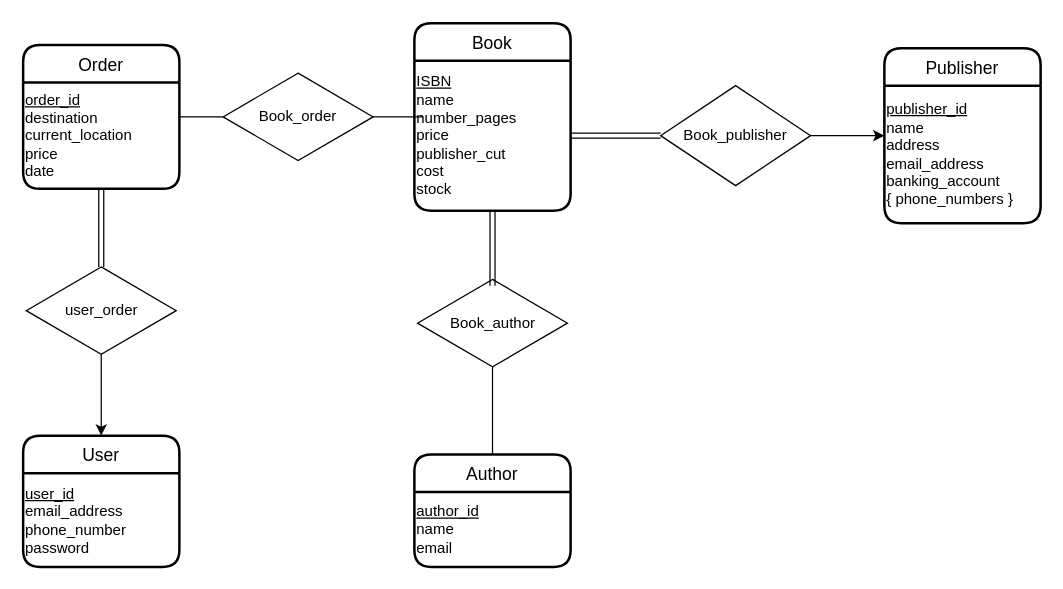
Earlier version of the draw.io diagram ERD.drawio (ianyau28/3005Lib). Source tidied: cells renumbered, new cells numbered last; positions are measured from the earlier drawing's top-left corner, leaving out a move shared by most shapes. Both pictures are drawn from the tidied source at 125%, with x=0, y=0 at pixel (22, 22).
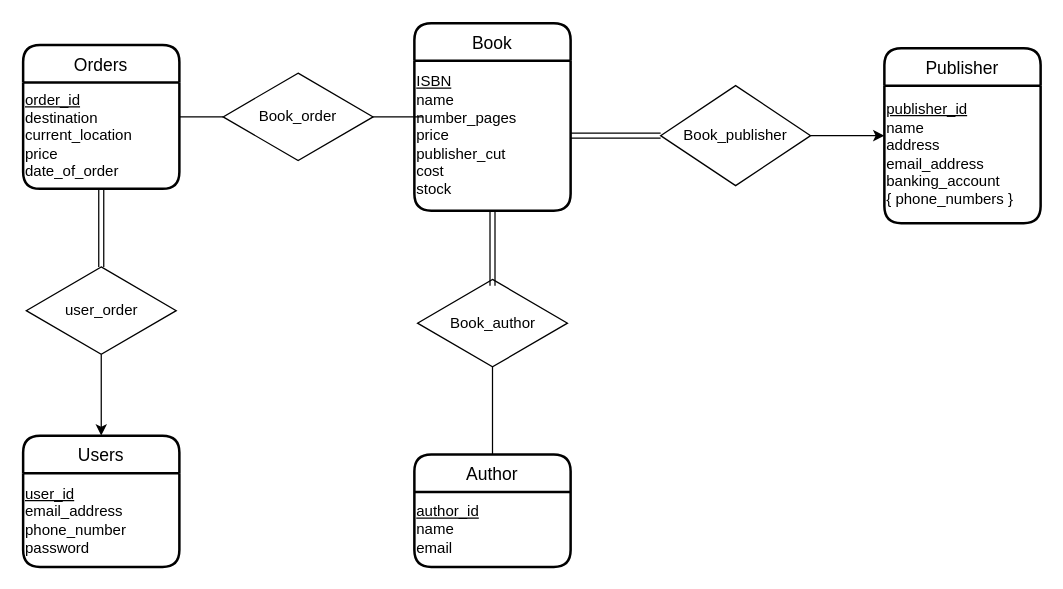
The same diagram, later.

Change to the diagram source:
```diff
@@
-    <mxCell id="15" value="Order" style="swimlane;horizontal=1;startSize=30;rounded=1;fontSize=14;fontStyle=0;strokeWidth=2;shadow=0;dashed=0;align=center;" parent="1" vertex="1">
+    <mxCell id="15" value="Orders" style="swimlane;horizontal=1;startSize=30;rounded=1;fontSize=14;fontStyle=0;strokeWidth=2;shadow=0;dashed=0;align=center;" parent="1" vertex="1">
       <mxGeometry y="17.5" width="125" height="115" as="geometry" />
     </mxCell>
-    <mxCell id="16" value="&lt;blockquote style=&quot;margin: 0 0 0 40px ; border: none ; padding: 0px&quot;&gt;&lt;/blockquote&gt;&lt;u&gt;order_id&lt;/u&gt;&lt;br&gt;&lt;blockquote style=&quot;margin: 0 0 0 40px ; border: none ; padding: 0px&quot;&gt;&lt;/blockquote&gt;destination&lt;br&gt;&lt;blockquote style=&quot;margin: 0 0 0 40px ; border: none ; padding: 0px&quot;&gt;&lt;/blockquote&gt;current_location&lt;br&gt;price&lt;br&gt;date" style="text;html=1;align=left;verticalAlign=middle;points=[];strokeColor=none;fillColor=none;" parent="15" vertex="1">
+    <mxCell id="16" value="&lt;blockquote style=&quot;margin: 0 0 0 40px ; border: none ; padding: 0px&quot;&gt;&lt;/blockquote&gt;&lt;u&gt;order_id&lt;/u&gt;&lt;br&gt;&lt;blockquote style=&quot;margin: 0 0 0 40px ; border: none ; padding: 0px&quot;&gt;&lt;/blockquote&gt;destination&lt;br&gt;&lt;blockquote style=&quot;margin: 0 0 0 40px ; border: none ; padding: 0px&quot;&gt;&lt;/blockquote&gt;current_location&lt;br&gt;price&lt;br&gt;date_of_order" style="text;html=1;align=left;verticalAlign=middle;points=[];strokeColor=none;fillColor=none;" parent="15" vertex="1">
       <mxGeometry y="30" width="125" height="85" as="geometry" />
     </mxCell>
@@
-    <mxCell id="19" value="User" style="swimlane;horizontal=1;startSize=30;rounded=1;fontSize=14;fontStyle=0;strokeWidth=2;shadow=0;dashed=0;align=center;" parent="1" vertex="1">
+    <mxCell id="19" value="Users" style="swimlane;horizontal=1;startSize=30;rounded=1;fontSize=14;fontStyle=0;strokeWidth=2;shadow=0;dashed=0;align=center;" parent="1" vertex="1">
       <mxGeometry y="330" width="125" height="105" as="geometry" />
     </mxCell>
```
